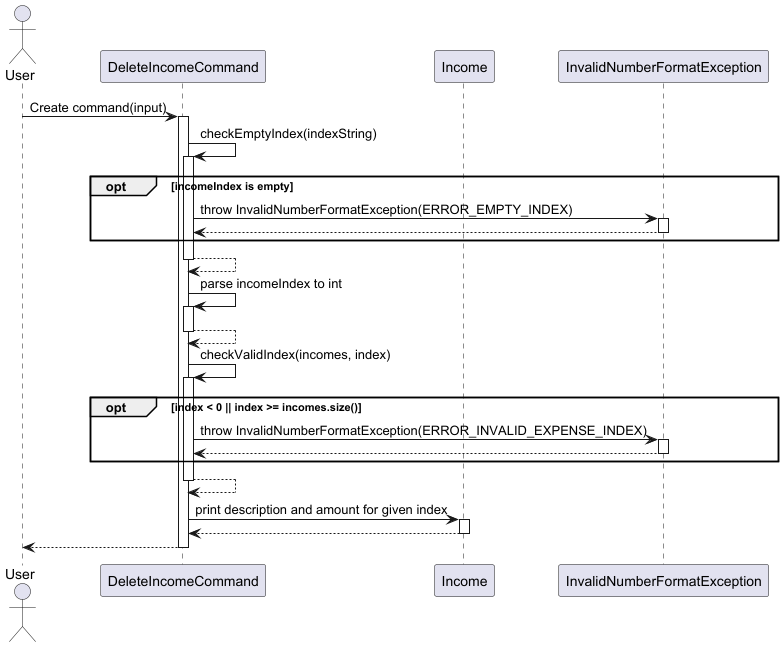
Earlier version of the PlantUML export docs/diagrams/DeleteIncomeCommandSequence.png (thienkimtranhoang/tp).
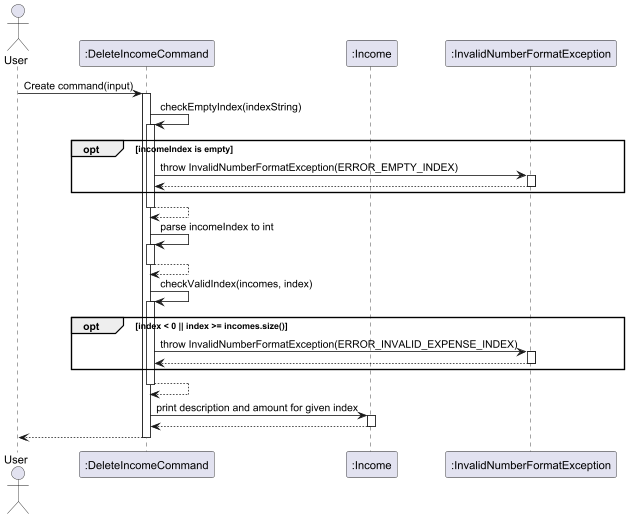
The same file after the commit.

The edit, as a diff of the source:
```diff
@@ -1,8 +1,8 @@
 @startuml
 actor User
-participant "DeleteIncomeCommand" as DeleteIncomeCommand
-participant "Income" as Income
-participant "InvalidNumberFormatException" as InvalidNumberFormatException
+participant ":DeleteIncomeCommand" as DeleteIncomeCommand
+participant ":Income" as Income
+participant ":InvalidNumberFormatException" as InvalidNumberFormatException
 
 User -> DeleteIncomeCommand: Create command(input)
 activate DeleteIncomeCommand
```
